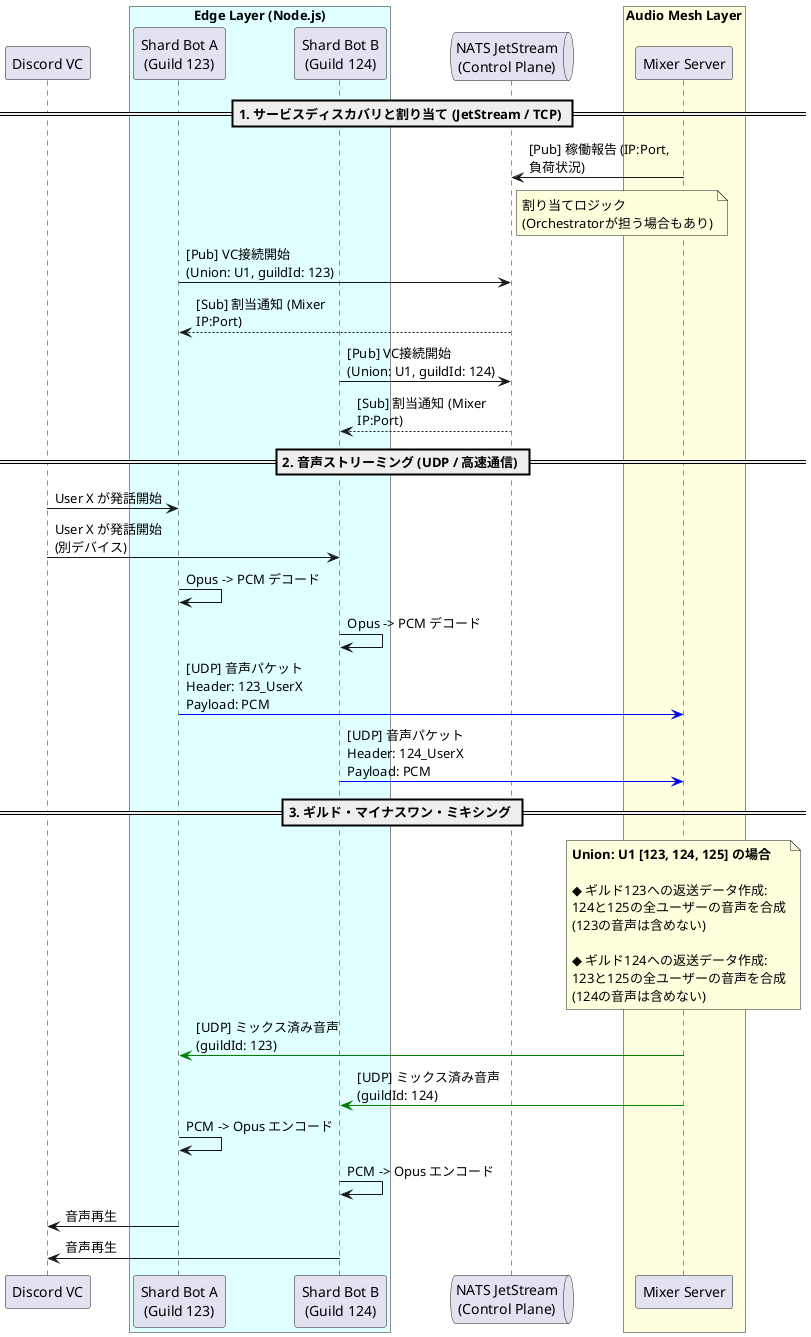
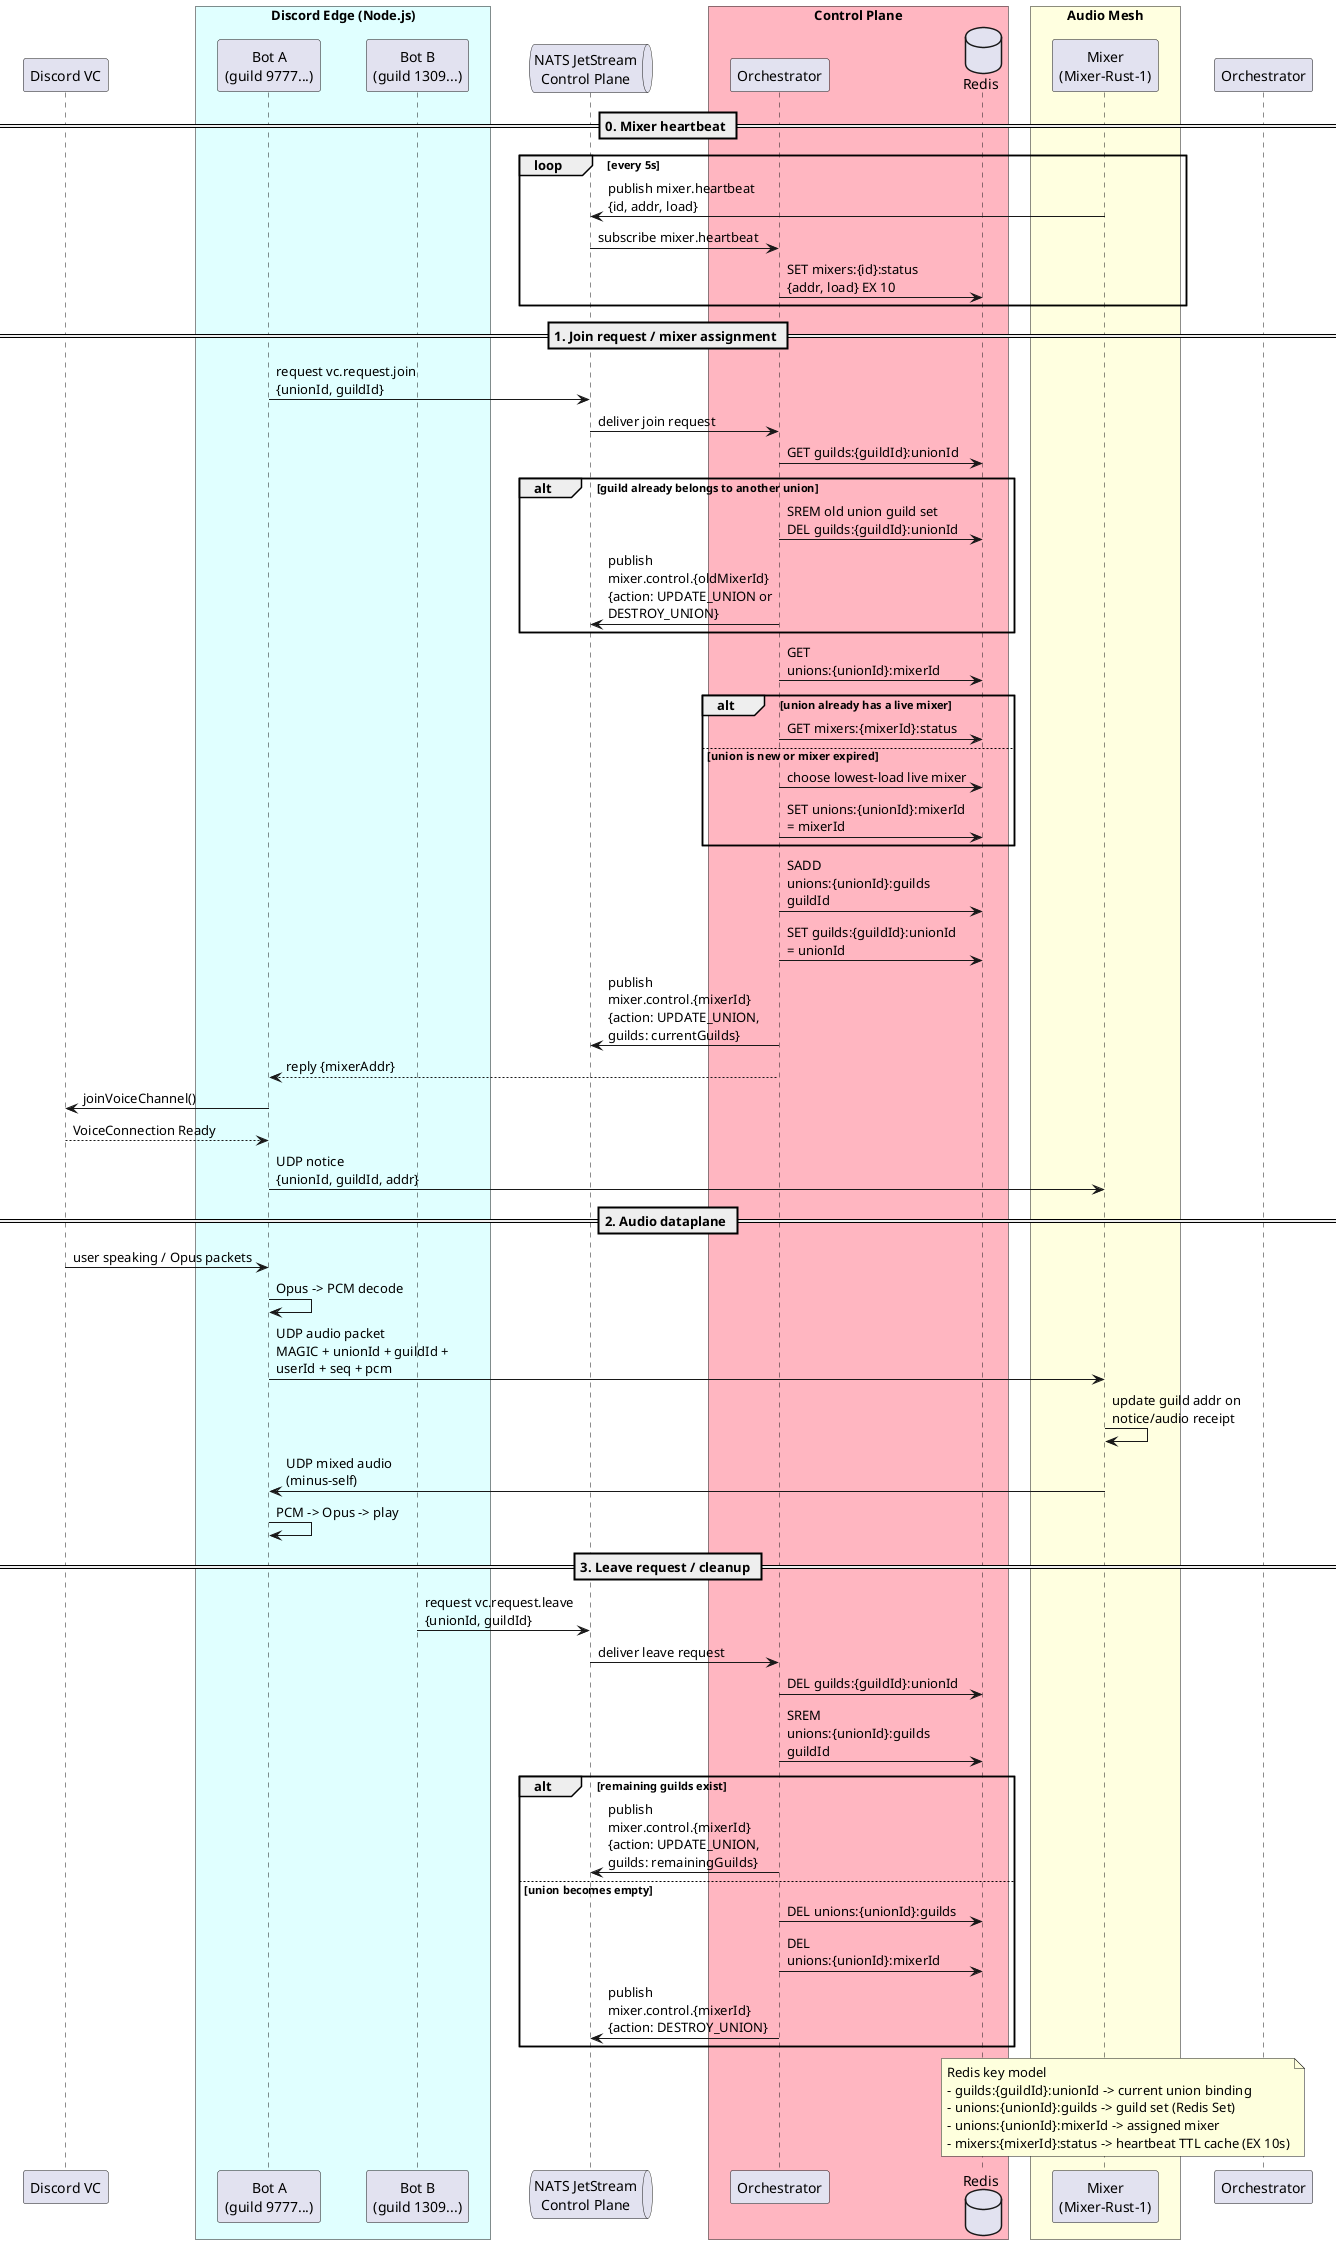
@startuml
- skinparam maxMessageSize 150
+ skinparam maxMessageSize 180
+ skinparam ParticipantPadding 18
+ skinparam BoxPadding 10

participant "Discord VC" as Discord
- box "Edge Layer (Node.js)" #LightCyan
-     participant "Shard Bot A\n(Guild 123)" as BotA
-     participant "Shard Bot B\n(Guild 124)" as BotB
+ box "Discord Edge (Node.js)" #LightCyan
+     participant "Bot A\n(guild 9777...)" as BotA
+     participant "Bot B\n(guild 1309...)" as BotB
end box
- queue "NATS JetStream\n(Control Plane)" as NATS
- box "Audio Mesh Layer" #LightYellow
-     participant "Mixer Server" as Mixer
+ queue "NATS JetStream\nControl Plane" as NATS
+ box "Control Plane" #LightPink
+     participant "Orchestrator" as Orc
+     database "Redis" as Redis
+ end box
+ box "Audio Mesh" #LightYellow
+     participant "Mixer\n(Mixer-Rust-1)" as Mixer
end box

- == 1. サービスディスカバリと割り当て (JetStream / TCP) ==
- Mixer -> NATS : [Pub] 稼働報告 (IP:Port, 負荷状況)
- note right of NATS : 割り当てロジック\n(Orchestratorが担う場合もあり)
+ == 0. Mixer heartbeat ==
+ loop every 5s
+     Mixer -> NATS : publish mixer.heartbeat\n{id, addr, load}
+     NATS -> Orc : subscribe mixer.heartbeat
+     Orc -> Redis : SET mixers:{id}:status\n{addr, load} EX 10
+ end

- BotA -> NATS : [Pub] VC接続開始 (Union: U1, guildId: 123)
- NATS --> BotA : [Sub] 割当通知 (Mixer IP:Port)
+ == 1. Join request / mixer assignment ==
+ BotA -> NATS : request vc.request.join\n{unionId, guildId}
+ NATS -> Orc : deliver join request
+ Orc -> Redis : GET guilds:{guildId}:unionId
+ alt guild already belongs to another union
+     Orc -> Redis : SREM old union guild set\nDEL guilds:{guildId}:unionId
+     Orc -> NATS : publish mixer.control.{oldMixerId}\n{action: UPDATE_UNION or DESTROY_UNION}
+ end

- BotB -> NATS : [Pub] VC接続開始 (Union: U1, guildId: 124)
- NATS --> BotB : [Sub] 割当通知 (Mixer IP:Port)
+ Orc -> Redis : GET unions:{unionId}:mixerId
+ alt union already has a live mixer
+     Orc -> Redis : GET mixers:{mixerId}:status
+ else union is new or mixer expired
+     Orc -> Redis : choose lowest-load live mixer
+     Orc -> Redis : SET unions:{unionId}:mixerId = mixerId
+ end

- == 2. 音声ストリーミング (UDP / 高速通信) ==
- Discord -> BotA : User X が発話開始
- Discord -> BotB : User X が発話開始 (別デバイス)
+ Orc -> Redis : SADD unions:{unionId}:guilds guildId
+ Orc -> Redis : SET guilds:{guildId}:unionId = unionId
+ Orc -> NATS : publish mixer.control.{mixerId}\n{action: UPDATE_UNION, guilds: currentGuilds}
+ Orc --> BotA : reply {mixerAddr}

- BotA -> BotA : Opus -> PCM デコード
- BotB -> BotB : Opus -> PCM デコード
+ BotA -> Discord : joinVoiceChannel()
+ Discord --> BotA : VoiceConnection Ready
+ BotA -> Mixer : UDP notice\n{unionId, guildId, addr}

- BotA -[#blue]> Mixer : [UDP] 音声パケット\nHeader: 123_UserX\nPayload: PCM
- BotB -[#blue]> Mixer : [UDP] 音声パケット\nHeader: 124_UserX\nPayload: PCM
+ == 2. Audio dataplane ==
+ Discord -> BotA : user speaking / Opus packets
+ BotA -> BotA : Opus -> PCM decode
+ BotA -> Mixer : UDP audio packet\nMAGIC + unionId + guildId + userId + seq + pcm
+ Mixer -> Mixer : update guild addr on notice/audio receipt
+ Mixer -> BotA : UDP mixed audio (minus-self)
+ BotA -> BotA : PCM -> Opus -> play

- == 3. ギルド・マイナスワン・ミキシング ==
- note over Mixer
-     **Union: U1 [123, 124, 125] の場合**
+ == 3. Leave request / cleanup ==
+ BotB -> NATS : request vc.request.leave\n{unionId, guildId}
+ NATS -> Orc : deliver leave request
+ Orc -> Redis : DEL guilds:{guildId}:unionId
+ Orc -> Redis : SREM unions:{unionId}:guilds guildId
+ alt remaining guilds exist
+     Orc -> NATS : publish mixer.control.{mixerId}\n{action: UPDATE_UNION, guilds: remainingGuilds}
+ else union becomes empty
+     Orc -> Redis : DEL unions:{unionId}:guilds
+     Orc -> Redis : DEL unions:{unionId}:mixerId
+     Orc -> NATS : publish mixer.control.{mixerId}\n{action: DESTROY_UNION}
+ end

-     ◆ ギルド123への返送データ作成:
-     124と125の全ユーザーの音声を合成
-     (123の音声は含めない)
- 
-     ◆ ギルド124への返送データ作成:
-     123と125の全ユーザーの音声を合成
-     (124の音声は含めない)
+ note over Orchestrator, Redis
+   Redis key model
+   - guilds:{guildId}:unionId -> current union binding
+   - unions:{unionId}:guilds -> guild set (Redis Set)
+   - unions:{unionId}:mixerId -> assigned mixer
+   - mixers:{mixerId}:status -> heartbeat TTL cache (EX 10s)
end note
- 
- Mixer -[#green]> BotA : [UDP] ミックス済み音声 (guildId: 123)
- Mixer -[#green]> BotB : [UDP] ミックス済み音声 (guildId: 124)
- 
- BotA -> BotA : PCM -> Opus エンコード
- BotB -> BotB : PCM -> Opus エンコード
- 
- BotA -> Discord : 音声再生
- BotB -> Discord : 音声再生
@enduml
